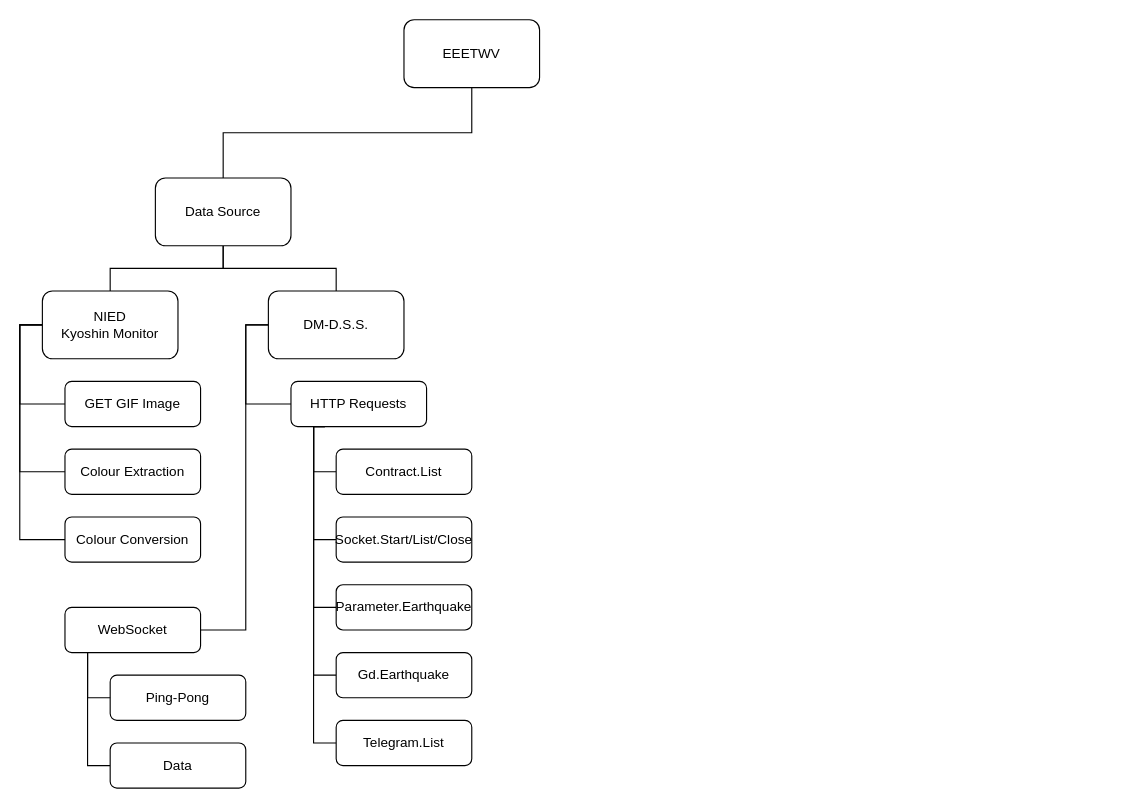
Earlier version of the draw.io diagram img/hierarchy.drawio (EasonSYC/a-level-computing-coursework). Source tidied: cells renumbered, new cells numbered last; positions are measured from the earlier drawing's top-left corner, leaving out a move shared by most shapes. Both pictures are drawn from the tidied source at 113%, with x=0, y=0 at pixel (42, 19).
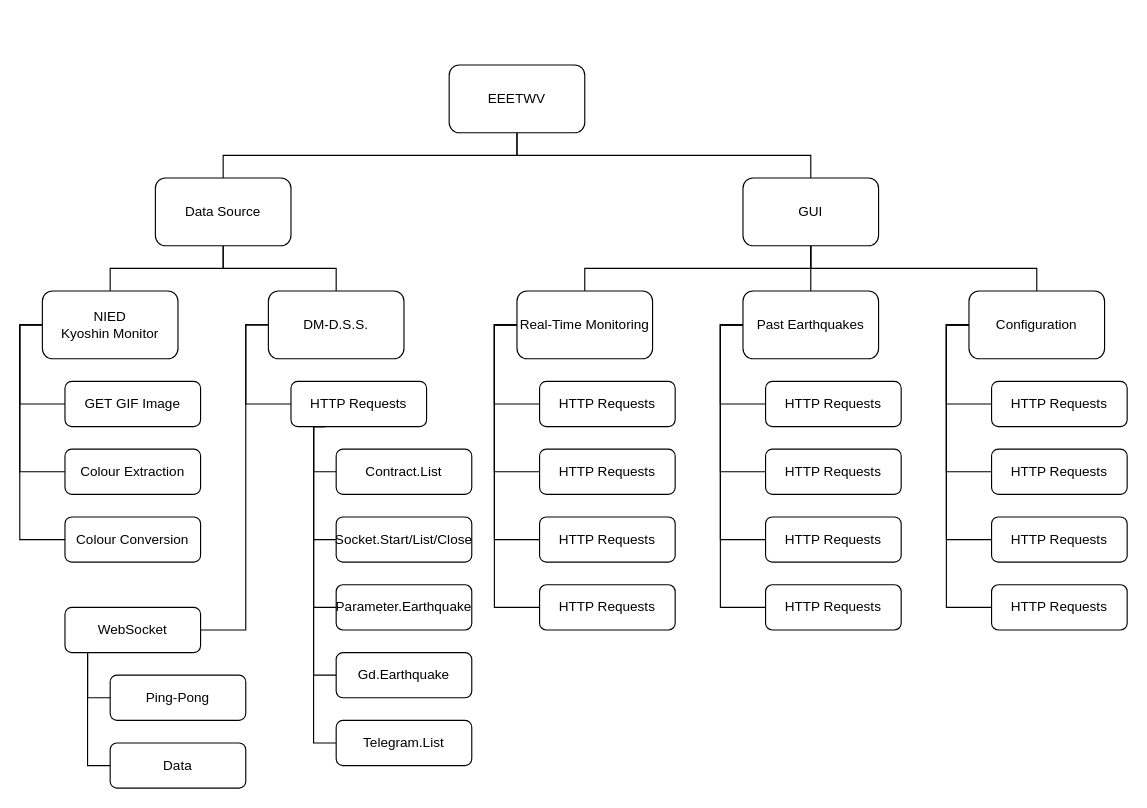
The same diagram, later.

Diff of the diagram source:
```diff
@@
+    <mxCell id="33" style="edgeStyle=orthogonalEdgeStyle;rounded=0;jettySize=auto;html=1;exitX=0.5;exitY=1;exitDx=0;exitDy=0;entryX=0.5;entryY=0;entryDx=0;entryDy=0;endArrow=none;endFill=0;" parent="1" edge="1" source="3" target="37">
+      <mxGeometry relative="1" as="geometry" />
+    </mxCell>
     <mxCell id="3" value="EEETWV" style="rounded=1;whiteSpace=wrap;html=1;fontFamily=STIX;" parent="1" vertex="1">
-      <mxGeometry x="320" width="120" height="60" as="geometry" />
+      <mxGeometry x="360" y="40" width="120" height="60" as="geometry" />
     </mxCell>
@@
+    <mxCell id="34" style="edgeStyle=orthogonalEdgeStyle;rounded=0;jettySize=auto;html=1;exitX=0.5;exitY=1;exitDx=0;exitDy=0;entryX=0.5;entryY=0;entryDx=0;entryDy=0;endArrow=none;endFill=0;" parent="1" edge="1" source="37" target="42">
+      <mxGeometry relative="1" as="geometry" />
+    </mxCell>
+    <mxCell id="35" style="edgeStyle=orthogonalEdgeStyle;rounded=0;jettySize=auto;html=1;exitX=0.5;exitY=1;exitDx=0;exitDy=0;endArrow=none;endFill=0;" parent="1" edge="1" source="37" target="47">
+      <mxGeometry relative="1" as="geometry" />
+    </mxCell>
+    <mxCell id="36" style="edgeStyle=orthogonalEdgeStyle;rounded=0;jettySize=auto;html=1;exitX=0.5;exitY=1;exitDx=0;exitDy=0;entryX=0.5;entryY=0;entryDx=0;entryDy=0;endArrow=none;endFill=0;" parent="1" edge="1" source="37" target="60">
+      <mxGeometry relative="1" as="geometry" />
+    </mxCell>
+    <mxCell id="37" value="GUI" style="rounded=1;whiteSpace=wrap;html=1;fontFamily=STIX;" parent="1" vertex="1">
+      <mxGeometry x="620" y="140" width="120" height="60" as="geometry" />
+    </mxCell>
+    <mxCell id="38" style="edgeStyle=orthogonalEdgeStyle;rounded=0;jettySize=auto;html=1;exitX=0;exitY=0.5;exitDx=0;exitDy=0;entryX=0;entryY=0.5;entryDx=0;entryDy=0;endArrow=none;endFill=0;" parent="1" edge="1" source="42" target="48">
+      <mxGeometry relative="1" as="geometry" />
+    </mxCell>
+    <mxCell id="39" style="edgeStyle=orthogonalEdgeStyle;rounded=0;jettySize=auto;html=1;exitX=0;exitY=0.5;exitDx=0;exitDy=0;entryX=0;entryY=0.5;entryDx=0;entryDy=0;endArrow=none;endFill=0;" parent="1" edge="1" source="42" target="49">
+      <mxGeometry relative="1" as="geometry" />
+    </mxCell>
+    <mxCell id="40" style="edgeStyle=orthogonalEdgeStyle;rounded=0;jettySize=auto;html=1;exitX=0;exitY=0.5;exitDx=0;exitDy=0;entryX=0;entryY=0.5;entryDx=0;entryDy=0;endArrow=none;endFill=0;" parent="1" edge="1" source="42" target="50">
+      <mxGeometry relative="1" as="geometry" />
+    </mxCell>
+    <mxCell id="41" style="edgeStyle=orthogonalEdgeStyle;rounded=0;jettySize=auto;html=1;exitX=0;exitY=0.5;exitDx=0;exitDy=0;entryX=0;entryY=0.5;entryDx=0;entryDy=0;endArrow=none;endFill=0;" parent="1" edge="1" source="42" target="51">
+      <mxGeometry relative="1" as="geometry" />
+    </mxCell>
+    <mxCell id="42" value="Real-Time Monitoring" style="rounded=1;whiteSpace=wrap;html=1;fontFamily=STIX;" parent="1" vertex="1">
+      <mxGeometry x="420" y="240" width="120" height="60" as="geometry" />
+    </mxCell>
+    <mxCell id="43" style="edgeStyle=orthogonalEdgeStyle;rounded=0;jettySize=auto;html=1;exitX=0;exitY=0.5;exitDx=0;exitDy=0;entryX=0;entryY=0.5;entryDx=0;entryDy=0;endArrow=none;endFill=0;" parent="1" edge="1" source="47" target="52">
+      <mxGeometry relative="1" as="geometry" />
+    </mxCell>
+    <mxCell id="44" style="edgeStyle=orthogonalEdgeStyle;rounded=0;jettySize=auto;html=1;exitX=0;exitY=0.5;exitDx=0;exitDy=0;entryX=0;entryY=0.5;entryDx=0;entryDy=0;endArrow=none;endFill=0;" parent="1" edge="1" source="47" target="53">
+      <mxGeometry relative="1" as="geometry" />
+    </mxCell>
+    <mxCell id="45" style="edgeStyle=orthogonalEdgeStyle;rounded=0;jettySize=auto;html=1;exitX=0;exitY=0.5;exitDx=0;exitDy=0;entryX=0;entryY=0.5;entryDx=0;entryDy=0;endArrow=none;endFill=0;" parent="1" edge="1" source="47" target="54">
+      <mxGeometry relative="1" as="geometry" />
+    </mxCell>
+    <mxCell id="46" style="edgeStyle=orthogonalEdgeStyle;rounded=0;jettySize=auto;html=1;exitX=0;exitY=0.5;exitDx=0;exitDy=0;entryX=0;entryY=0.5;entryDx=0;entryDy=0;endArrow=none;endFill=0;" parent="1" edge="1" source="47" target="55">
+      <mxGeometry relative="1" as="geometry" />
+    </mxCell>
+    <mxCell id="47" value="Past Earthquakes" style="rounded=1;whiteSpace=wrap;html=1;fontFamily=STIX;" parent="1" vertex="1">
+      <mxGeometry x="620" y="240" width="120" height="60" as="geometry" />
+    </mxCell>
+    <mxCell id="48" value="HTTP Requests" style="rounded=1;whiteSpace=wrap;html=1;fontFamily=STIX;" parent="1" vertex="1">
+      <mxGeometry x="440" y="320" width="120" height="40" as="geometry" />
+    </mxCell>
+    <mxCell id="49" value="HTTP Requests" style="rounded=1;whiteSpace=wrap;html=1;fontFamily=STIX;" parent="1" vertex="1">
+      <mxGeometry x="440" y="380" width="120" height="40" as="geometry" />
+    </mxCell>
+    <mxCell id="50" value="HTTP Requests" style="rounded=1;whiteSpace=wrap;html=1;fontFamily=STIX;" parent="1" vertex="1">
+      <mxGeometry x="440" y="440" width="120" height="40" as="geometry" />
+    </mxCell>
+    <mxCell id="51" value="HTTP Requests" style="rounded=1;whiteSpace=wrap;html=1;fontFamily=STIX;" parent="1" vertex="1">
+      <mxGeometry x="440" y="500" width="120" height="40" as="geometry" />
+    </mxCell>
+    <mxCell id="52" value="HTTP Requests" style="rounded=1;whiteSpace=wrap;html=1;fontFamily=STIX;" parent="1" vertex="1">
+      <mxGeometry x="640" y="320" width="120" height="40" as="geometry" />
+    </mxCell>
+    <mxCell id="53" value="HTTP Requests" style="rounded=1;whiteSpace=wrap;html=1;fontFamily=STIX;" parent="1" vertex="1">
+      <mxGeometry x="640" y="380" width="120" height="40" as="geometry" />
+    </mxCell>
+    <mxCell id="54" value="HTTP Requests" style="rounded=1;whiteSpace=wrap;html=1;fontFamily=STIX;" parent="1" vertex="1">
+      <mxGeometry x="640" y="440" width="120" height="40" as="geometry" />
+    </mxCell>
+    <mxCell id="55" value="HTTP Requests" style="rounded=1;whiteSpace=wrap;html=1;fontFamily=STIX;" parent="1" vertex="1">
+      <mxGeometry x="640" y="500" width="120" height="40" as="geometry" />
+    </mxCell>
+    <mxCell id="56" style="edgeStyle=orthogonalEdgeStyle;rounded=0;jettySize=auto;html=1;exitX=0;exitY=0.5;exitDx=0;exitDy=0;entryX=0;entryY=0.5;entryDx=0;entryDy=0;endArrow=none;endFill=0;" parent="1" edge="1" source="60" target="61">
+      <mxGeometry relative="1" as="geometry" />
+    </mxCell>
+    <mxCell id="57" style="edgeStyle=orthogonalEdgeStyle;rounded=0;jettySize=auto;html=1;exitX=0;exitY=0.5;exitDx=0;exitDy=0;entryX=0;entryY=0.5;entryDx=0;entryDy=0;endArrow=none;endFill=0;" parent="1" edge="1" source="60" target="62">
+      <mxGeometry relative="1" as="geometry" />
+    </mxCell>
+    <mxCell id="58" style="edgeStyle=orthogonalEdgeStyle;rounded=0;jettySize=auto;html=1;exitX=0;exitY=0.5;exitDx=0;exitDy=0;entryX=0;entryY=0.5;entryDx=0;entryDy=0;endArrow=none;endFill=0;" parent="1" edge="1" source="60" target="63">
+      <mxGeometry relative="1" as="geometry" />
+    </mxCell>
+    <mxCell id="59" style="edgeStyle=orthogonalEdgeStyle;rounded=0;jettySize=auto;html=1;exitX=0;exitY=0.5;exitDx=0;exitDy=0;entryX=0;entryY=0.5;entryDx=0;entryDy=0;endArrow=none;endFill=0;" parent="1" edge="1" source="60" target="64">
+      <mxGeometry relative="1" as="geometry" />
+    </mxCell>
+    <mxCell id="60" value="Configuration" style="rounded=1;whiteSpace=wrap;html=1;fontFamily=STIX;" parent="1" vertex="1">
+      <mxGeometry x="820" y="240" width="120" height="60" as="geometry" />
+    </mxCell>
+    <mxCell id="61" value="HTTP Requests" style="rounded=1;whiteSpace=wrap;html=1;fontFamily=STIX;" parent="1" vertex="1">
+      <mxGeometry x="840" y="320" width="120" height="40" as="geometry" />
+    </mxCell>
+    <mxCell id="62" value="HTTP Requests" style="rounded=1;whiteSpace=wrap;html=1;fontFamily=STIX;" parent="1" vertex="1">
+      <mxGeometry x="840" y="380" width="120" height="40" as="geometry" />
+    </mxCell>
+    <mxCell id="63" value="HTTP Requests" style="rounded=1;whiteSpace=wrap;html=1;fontFamily=STIX;" parent="1" vertex="1">
+      <mxGeometry x="840" y="440" width="120" height="40" as="geometry" />
+    </mxCell>
+    <mxCell id="64" value="HTTP Requests" style="rounded=1;whiteSpace=wrap;html=1;fontFamily=STIX;" parent="1" vertex="1">
+      <mxGeometry x="840" y="500" width="120" height="40" as="geometry" />
+    </mxCell>
```
